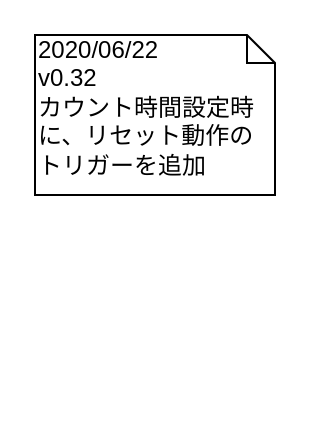
hakohumi/comp.Kitchen_Timer keeps this draw.io diagram as page "変更履歴" (2 of 2) of 資料/設計/状態遷移/状態遷移図v0.33.drawio. Above is the earlier version. Source tidied: cells renumbered, new cells numbered last; positions are measured from the earlier drawing's top-left corner, leaving out a move shared by most shapes. Both pictures are drawn from the tidied source at 200%, with x=0, y=0 at pixel (34, 34).
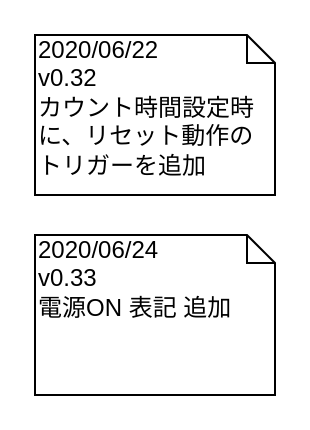
After the change.

What changed in the source:
```diff
@@
 <mxGraphModel>
   <root>
     <mxCell id="0" />
     <mxCell id="1" parent="0" />
     <mxCell id="2" value="2020/06/22&lt;br&gt;v0.32&lt;br&gt;カウント時間設定時に、リセット動作のトリガーを追加" style="shape=note;whiteSpace=wrap;html=1;size=14;verticalAlign=top;align=left;spacingTop=-6;" parent="1" vertex="1">
       <mxGeometry width="120" height="80" as="geometry" />
     </mxCell>
+    <mxCell id="3" value="2020/06/24&lt;br&gt;v0.33&lt;br&gt;電源ON 表記 追加" style="shape=note;whiteSpace=wrap;html=1;size=14;verticalAlign=top;align=left;spacingTop=-6;" parent="1" vertex="1">
+      <mxGeometry y="100" width="120" height="80" as="geometry" />
+    </mxCell>
   </root>
 </mxGraphModel>
```
